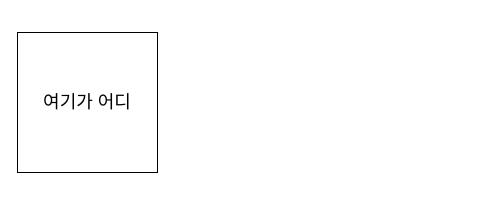
Before: 제목 없는 다이어그램.drawio in wouldofhong/wouldofhong.github.io, a draw.io diagram. Source tidied: cells renumbered, new cells numbered last; positions are measured from the earlier drawing's top-left corner, leaving out a move shared by most shapes. Both pictures are drawn from the tidied source at 100%, with x=0, y=0 at pixel (17, 32).
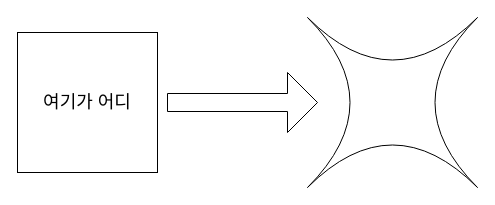
The same page after the edit.

Commit message:
제목 없는 다이어그램.drawio 업데이트

Change to the diagram source:
```diff
@@
 <mxGraphModel>
   <root>
     <mxCell id="0" />
     <mxCell id="1" parent="0" />
     <mxCell id="2" value="&lt;font style=&quot;font-size: 18px;&quot;&gt;여기가 어디&lt;/font&gt;" style="whiteSpace=wrap;html=1;" parent="1" vertex="1">
       <mxGeometry width="140" height="140" as="geometry" />
     </mxCell>
+    <mxCell id="3" style="shape=switch;whiteSpace=wrap;html=1;fontSize=18;" parent="1" vertex="1">
+      <mxGeometry x="290" y="-15" width="170" height="170" as="geometry" />
+    </mxCell>
+    <mxCell id="4" style="shape=singleArrow;whiteSpace=wrap;html=1;fontSize=18;" parent="1" vertex="1">
+      <mxGeometry x="150" y="40" width="150" height="60" as="geometry" />
+    </mxCell>
   </root>
 </mxGraphModel>
```
